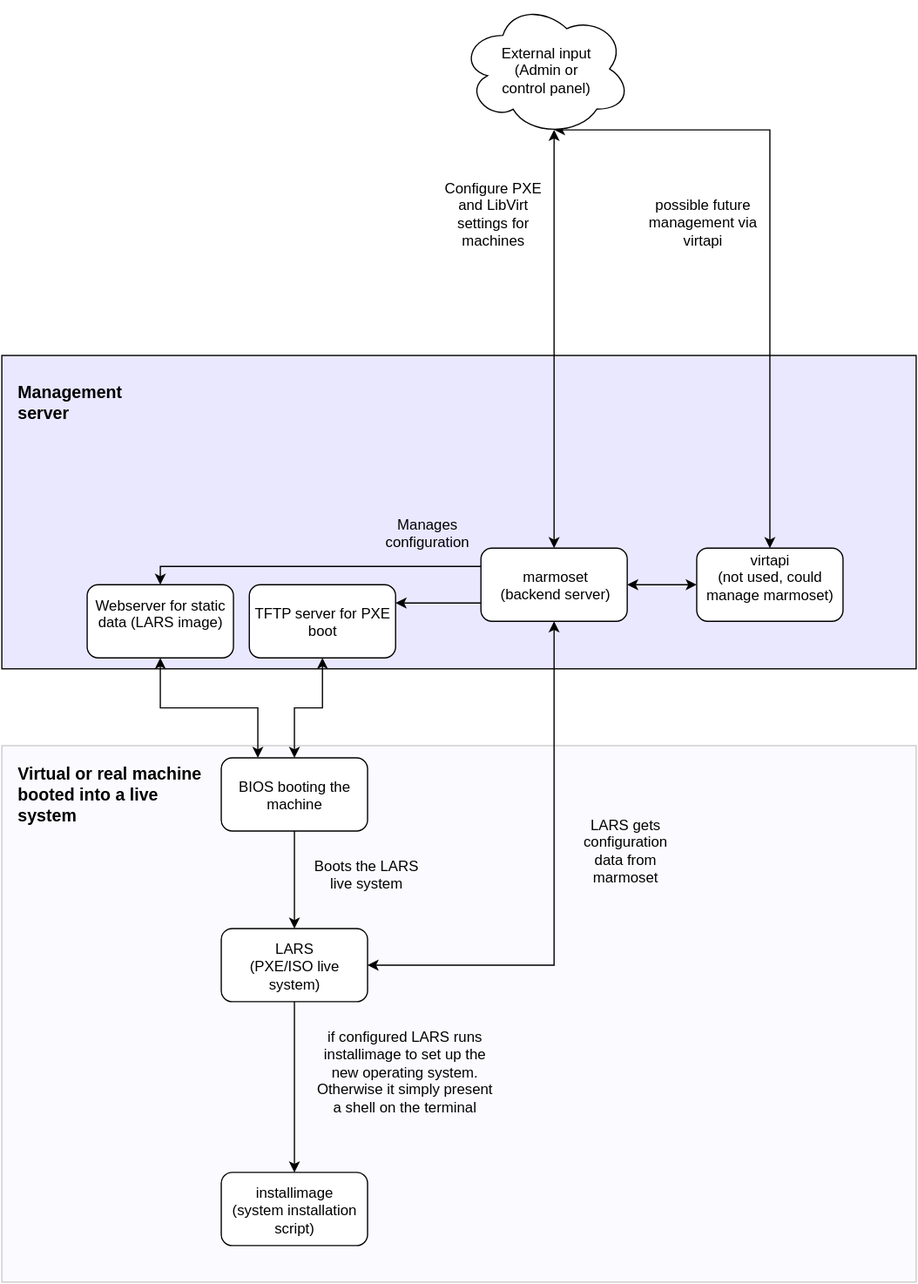
Before: virtapi-overview.svg, a diagram exported from draw.io (virtapi/LARS). Source tidied: cells renumbered, new cells last; positions are measured from the earlier drawing's top-left corner, leaving out a move shared by most shapes.
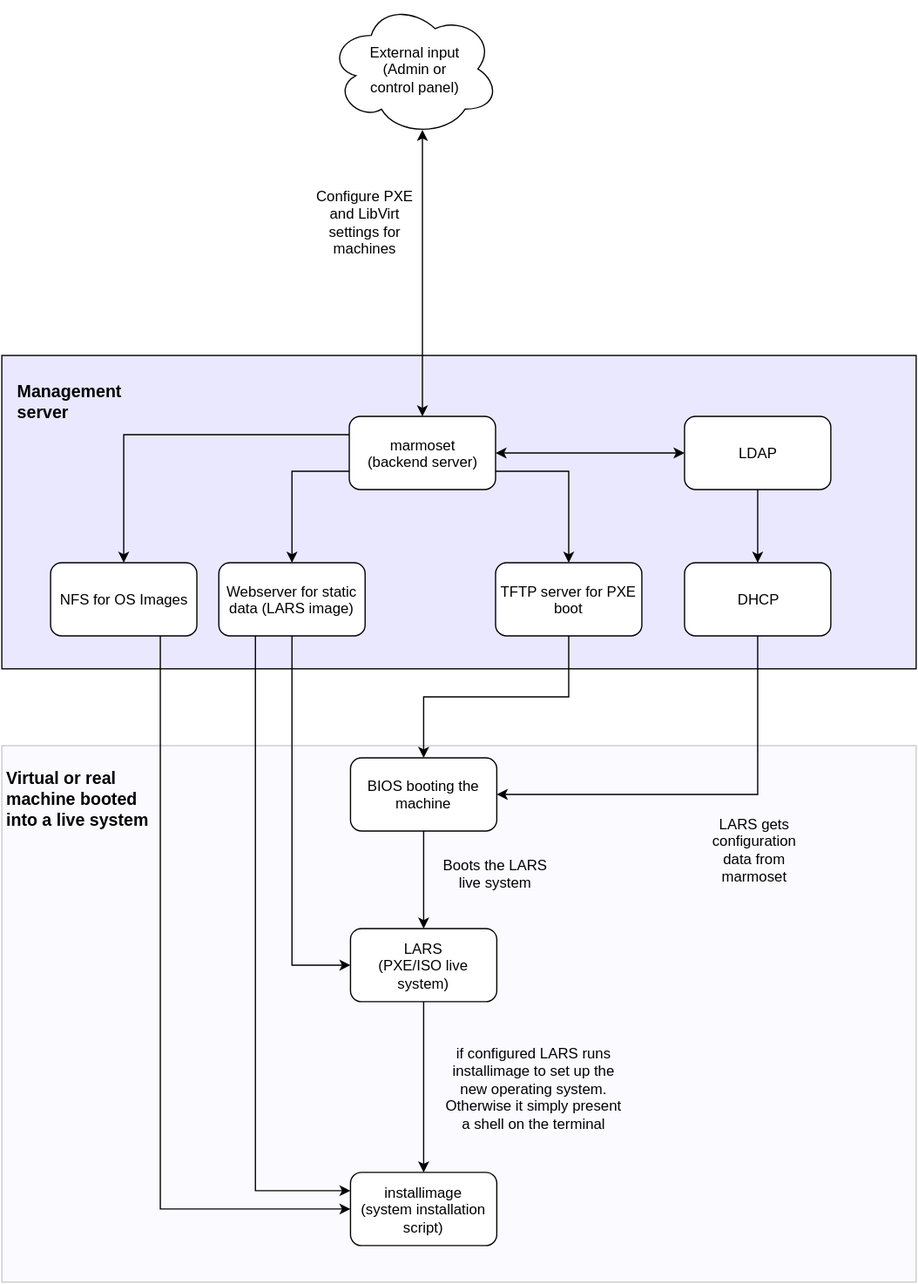
After the commit.

Commit message:
update picture to refect current status

Change to the diagram source:
```diff
@@ -8,83 +8,96 @@
     <mxCell id="3" style="whiteSpace=wrap;html=1;fillColor=#EAE8FF;opacity=20;" parent="1" vertex="1">
       <mxGeometry y="610" width="750" height="440" as="geometry" />
     </mxCell>
-    <mxCell id="4" style="edgeStyle=orthogonalEdgeStyle;rounded=0;html=1;exitX=0;exitY=0.75;entryX=1;entryY=0.25;startArrow=none;startFill=0;endArrow=classic;endFill=1;fontSize=12;" parent="1" edge="1" source="7" target="22">
+    <mxCell id="4" style="edgeStyle=orthogonalEdgeStyle;rounded=0;html=1;exitX=1;exitY=0.75;entryX=0.5;entryY=0;jettySize=auto;" parent="1" edge="1" source="7" target="22">
       <mxGeometry relative="1" as="geometry" />
     </mxCell>
-    <mxCell id="5" style="edgeStyle=orthogonalEdgeStyle;rounded=0;html=1;exitX=0.5;exitY=1;entryX=1;entryY=0.5;startArrow=classic;startFill=1;endArrow=classic;endFill=1;fontSize=12;" parent="1" edge="1" source="7" target="9">
-      <mxGeometry relative="1" as="geometry" />
-    </mxCell>
+    <mxCell id="30" style="edgeStyle=orthogonalEdgeStyle;rounded=0;html=1;exitX=0;exitY=0.25;entryX=0.5;entryY=0;jettySize=auto;endArrow=classic;endFill=1;" parent="1" edge="1" source="7" target="35">
+      <mxGeometry relative="1" as="geometry" />
+    </mxCell>
-    <mxCell id="6" style="edgeStyle=orthogonalEdgeStyle;rounded=0;html=1;exitX=0;exitY=0.25;entryX=0.5;entryY=0;startArrow=none;startFill=0;endArrow=classic;endFill=1;fontSize=12;" parent="1" edge="1" source="7" target="26">
+    <mxCell id="6" style="edgeStyle=orthogonalEdgeStyle;rounded=0;html=1;exitX=0;exitY=0.75;entryX=0.5;entryY=0;endArrow=classic;endFill=1;jettySize=auto;" parent="1" edge="1" source="7" target="26">
       <mxGeometry relative="1" as="geometry" />
     </mxCell>
     <mxCell id="7" value="marmoset&lt;br&gt;(backend server)&lt;br&gt;" style="rounded=1;whiteSpace=wrap;html=1;" parent="1" vertex="1">
-      <mxGeometry x="393" y="448" width="120" height="60" as="geometry" />
+      <mxGeometry x="285" y="340" width="120" height="60" as="geometry" />
     </mxCell>
     <mxCell id="8" style="edgeStyle=orthogonalEdgeStyle;rounded=0;html=1;exitX=0.5;exitY=1;entryX=0.5;entryY=0;startArrow=none;startFill=0;endArrow=classic;endFill=1;fontSize=12;" parent="1" edge="1" source="9" target="10">
       <mxGeometry relative="1" as="geometry" />
     </mxCell>
     <mxCell id="9" value="LARS&lt;br&gt;(PXE/ISO live system)&lt;br&gt;" style="rounded=1;whiteSpace=wrap;html=1;" parent="1" vertex="1">
-      <mxGeometry x="180" y="760" width="120" height="60" as="geometry" />
+      <mxGeometry x="286" y="760" width="120" height="60" as="geometry" />
     </mxCell>
     <mxCell id="10" value="installimage&lt;br&gt;(system installation script)&lt;br&gt;" style="rounded=1;whiteSpace=wrap;html=1;" parent="1" vertex="1">
-      <mxGeometry x="180" y="960" width="120" height="60" as="geometry" />
+      <mxGeometry x="286" y="960" width="120" height="60" as="geometry" />
     </mxCell>
     <mxCell id="11" style="edgeStyle=orthogonalEdgeStyle;rounded=0;html=1;exitX=0;exitY=0.5;entryX=1;entryY=0.5;startArrow=classic;startFill=1;endArrow=classic;endFill=1;fontSize=12;" parent="1" edge="1" source="12" target="7">
       <mxGeometry relative="1" as="geometry" />
     </mxCell>
+    <mxCell id="31" style="edgeStyle=orthogonalEdgeStyle;rounded=0;html=1;exitX=0.5;exitY=1;entryX=0.5;entryY=0;jettySize=auto;" parent="1" edge="1" source="12" target="37">
+      <mxGeometry relative="1" as="geometry" />
+    </mxCell>
-    <mxCell id="12" value="virtapi&lt;br&gt;(not used, could manage marmoset)&lt;br&gt;" style="rounded=1;whiteSpace=wrap;html=1;" parent="1" vertex="1">
-      <mxGeometry x="570" y="448" width="120" height="60" as="geometry" />
+    <mxCell id="12" value="LDAP" style="rounded=1;whiteSpace=wrap;html=1;" parent="1" vertex="1">
+      <mxGeometry x="560" y="340" width="120" height="60" as="geometry" />
     </mxCell>
     <mxCell id="13" value="LARS gets configuration data from marmoset&lt;br&gt;" style="text;html=1;strokeColor=none;fillColor=none;align=center;verticalAlign=middle;whiteSpace=wrap;overflow=hidden;" parent="1" vertex="1">
-      <mxGeometry x="463" y="660" width="97" height="70" as="geometry" />
+      <mxGeometry x="569" y="660" width="97" height="70" as="geometry" />
     </mxCell>
     <mxCell id="14" value="if configured LARS runs installimage to set up the new operating system.&lt;br&gt;Otherwise it simply present a shell on the terminal&lt;br&gt;" style="text;html=1;strokeColor=none;fillColor=none;align=center;verticalAlign=middle;whiteSpace=wrap;overflow=hidden;" parent="1" vertex="1">
-      <mxGeometry x="253" y="830" width="155" height="120" as="geometry" />
+      <mxGeometry x="359" y="830" width="155" height="120" as="geometry" />
     </mxCell>
     <mxCell id="15" style="edgeStyle=orthogonalEdgeStyle;rounded=0;html=1;exitX=0.55;exitY=0.95;exitPerimeter=0;entryX=0.5;entryY=0;startArrow=classic;startFill=1;endArrow=classic;endFill=1;" parent="1" edge="1" source="17" target="7">
       <mxGeometry relative="1" as="geometry" />
     </mxCell>
-    <mxCell id="16" style="edgeStyle=orthogonalEdgeStyle;rounded=0;html=1;exitX=0.55;exitY=0.95;exitPerimeter=0;entryX=0.5;entryY=0;startArrow=classic;startFill=1;endArrow=classic;endFill=1;fontSize=12;" parent="1" edge="1" source="17" target="12">
-      <mxGeometry relative="1" as="geometry" />
-    </mxCell>
     <mxCell id="17" value="External input&lt;br&gt;(Admin or&lt;br&gt;control panel)&lt;br&gt;" style="ellipse;shape=cloud;whiteSpace=wrap;html=1;" parent="1" vertex="1">
-      <mxGeometry x="376" width="140" height="110" as="geometry" />
+      <mxGeometry x="268" width="140" height="110" as="geometry" />
     </mxCell>
     <mxCell id="18" value="Configure PXE and LibVirt settings for machines&lt;br&gt;" style="text;html=1;strokeColor=none;fillColor=none;align=center;verticalAlign=middle;whiteSpace=wrap;overflow=hidden;" parent="1" vertex="1">
-      <mxGeometry x="358" y="140" width="90" height="80" as="geometry" />
+      <mxGeometry x="253" y="140" width="90" height="80" as="geometry" />
     </mxCell>
-    <mxCell id="19" value="Virtual or real machine booted into a live system&lt;br&gt;" style="text;html=1;strokeColor=none;fillColor=none;align=left;verticalAlign=middle;whiteSpace=wrap;overflow=hidden;fontSize=14;fontStyle=1;" parent="1" vertex="1">
-      <mxGeometry x="11" y="616" width="158" height="64" as="geometry" />
+    <mxCell id="19" value="Virtual or real&amp;nbsp;&lt;div&gt;machine booted&amp;nbsp;&lt;/div&gt;&lt;div&gt;into a live system&lt;br&gt;&lt;/div&gt;" style="text;html=1;strokeColor=none;fillColor=none;align=left;verticalAlign=middle;whiteSpace=wrap;overflow=hidden;fontSize=14;fontStyle=1;" parent="1" vertex="1">
+      <mxGeometry x="2" y="620" width="158" height="64" as="geometry" />
     </mxCell>
     <mxCell id="20" value="Management server&lt;br&gt;" style="text;html=1;strokeColor=none;fillColor=none;align=left;verticalAlign=middle;whiteSpace=wrap;overflow=hidden;fontStyle=1;fontSize=14;" parent="1" vertex="1">
       <mxGeometry x="11" y="302" width="109" height="50" as="geometry" />
     </mxCell>
-    <mxCell id="21" style="edgeStyle=orthogonalEdgeStyle;rounded=0;html=1;exitX=0.5;exitY=1;entryX=0.5;entryY=0;startArrow=classic;startFill=1;endArrow=classic;endFill=1;fontSize=12;" parent="1" edge="1" source="22" target="28">
+    <mxCell id="21" style="edgeStyle=orthogonalEdgeStyle;rounded=0;html=1;exitX=0.5;exitY=1;entryX=0.5;entryY=0;endArrow=classic;endFill=1;jettySize=auto;" parent="1" edge="1" source="22" target="28">
       <mxGeometry relative="1" as="geometry" />
     </mxCell>
     <mxCell id="22" value="TFTP server for PXE boot&lt;br&gt;" style="rounded=1;whiteSpace=wrap;html=1;fillColor=#FFFFFF;fontSize=12;align=center;" parent="1" vertex="1">
-      <mxGeometry x="203" y="478" width="120" height="60" as="geometry" />
+      <mxGeometry x="405" y="460" width="120" height="60" as="geometry" />
     </mxCell>
-    <mxCell id="23" value="Manages configuration&lt;br&gt;" style="text;html=1;strokeColor=none;fillColor=none;align=center;verticalAlign=middle;whiteSpace=wrap;overflow=hidden;fontSize=12;" parent="1" vertex="1">
-      <mxGeometry x="299" y="410" width="100" height="50" as="geometry" />
-    </mxCell>
-    <mxCell id="24" value="possible future management via virtapi&lt;br&gt;" style="text;html=1;strokeColor=none;fillColor=none;align=center;verticalAlign=middle;whiteSpace=wrap;overflow=hidden;fontSize=12;" parent="1" vertex="1">
-      <mxGeometry x="520" y="145" width="110" height="70" as="geometry" />
-    </mxCell>
-    <mxCell id="25" style="edgeStyle=orthogonalEdgeStyle;rounded=0;html=1;exitX=0.5;exitY=1;entryX=0.25;entryY=0;startArrow=classic;startFill=1;endArrow=classic;endFill=1;fontSize=12;" parent="1" edge="1" source="26" target="28">
-      <mxGeometry relative="1" as="geometry" />
-    </mxCell>
+    <mxCell id="32" style="edgeStyle=orthogonalEdgeStyle;rounded=0;html=1;exitX=0.5;exitY=1;entryX=0;entryY=0.5;endArrow=classic;endFill=1;jettySize=auto;" parent="1" edge="1" source="26" target="9">
+      <mxGeometry relative="1" as="geometry" />
+    </mxCell>
+    <mxCell id="33" style="edgeStyle=orthogonalEdgeStyle;rounded=0;html=1;exitX=0.25;exitY=1;entryX=0;entryY=0.25;endArrow=classic;endFill=1;jettySize=auto;" parent="1" edge="1" source="26" target="10">
+      <mxGeometry relative="1" as="geometry" />
+    </mxCell>
     <mxCell id="26" value="Webserver for static data (LARS image)&lt;br&gt;" style="rounded=1;whiteSpace=wrap;html=1;fillColor=#FFFFFF;fontSize=12;align=center;" parent="1" vertex="1">
-      <mxGeometry x="70" y="478" width="120" height="60" as="geometry" />
+      <mxGeometry x="178" y="460" width="120" height="60" as="geometry" />
     </mxCell>
     <mxCell id="27" style="edgeStyle=orthogonalEdgeStyle;rounded=0;html=1;exitX=0.5;exitY=1;entryX=0.5;entryY=0;startArrow=none;startFill=0;endArrow=classic;endFill=1;fontSize=12;" parent="1" edge="1" source="28" target="9">
       <mxGeometry relative="1" as="geometry" />
     </mxCell>
     <mxCell id="28" value="BIOS booting the machine&lt;br&gt;" style="rounded=1;whiteSpace=wrap;html=1;fillColor=#FFFFFF;fontSize=12;align=center;" parent="1" vertex="1">
-      <mxGeometry x="180" y="620" width="120" height="60" as="geometry" />
+      <mxGeometry x="286" y="620" width="120" height="60" as="geometry" />
     </mxCell>
     <mxCell id="29" value="Boots the LARS live system&lt;br&gt;" style="text;html=1;strokeColor=none;fillColor=none;align=center;verticalAlign=middle;whiteSpace=wrap;overflow=hidden;fontSize=12;" parent="1" vertex="1">
-      <mxGeometry x="249" y="690" width="100" height="50" as="geometry" />
+      <mxGeometry x="355" y="690" width="100" height="50" as="geometry" />
     </mxCell>
+    <mxCell id="34" style="edgeStyle=orthogonalEdgeStyle;rounded=0;html=1;exitX=0.75;exitY=1;entryX=0;entryY=0.5;endArrow=classic;endFill=1;jettySize=auto;" parent="1" edge="1" source="35" target="10">
+      <mxGeometry relative="1" as="geometry">
+        <Array as="points">
+          <mxPoint x="130" y="990" />
+        </Array>
+      </mxGeometry>
+    </mxCell>
+    <mxCell id="35" value="NFS for OS Images&lt;br&gt;" style="rounded=1;whiteSpace=wrap;html=1;fillColor=#FFFFFF;fontSize=12;align=center;" parent="1" vertex="1">
+      <mxGeometry x="40" y="460" width="120" height="60" as="geometry" />
+    </mxCell>
+    <mxCell id="36" style="edgeStyle=orthogonalEdgeStyle;rounded=0;html=1;exitX=0.5;exitY=1;entryX=1;entryY=0.5;endArrow=classic;endFill=1;jettySize=auto;" parent="1" edge="1" source="37" target="28">
+      <mxGeometry relative="1" as="geometry" />
+    </mxCell>
+    <mxCell id="37" value="DHCP" style="rounded=1;whiteSpace=wrap;html=1;" parent="1" vertex="1">
+      <mxGeometry x="560" y="460" width="120" height="60" as="geometry" />
+    </mxCell>
   </root>
 </mxGraphModel>
```
